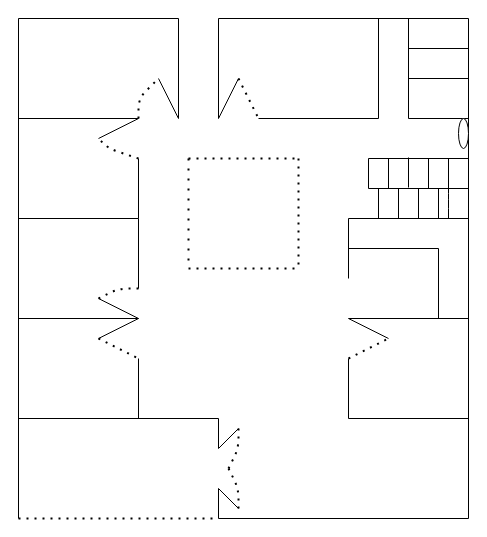
This is Untitled Diagram.drawio from suryaprakashv/WebApplication1, a draw.io file, before an edit. Source tidied: cells renumbered, new cells numbered last; positions are measured from the earlier drawing's top-left corner, leaving out a move shared by most shapes. Both pictures are drawn from the tidied source at 100%, with x=0, y=0 at pixel (18, 18).
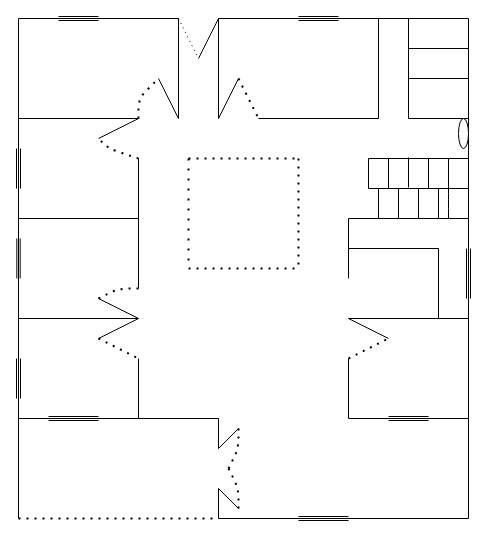
After the change.

What changed in the source:
```diff
@@
+    <mxCell id="65" style="endArrow=none;html=1;dashed=1;dashPattern=1 4;" parent="1" edge="1">
+      <mxGeometry relative="1" as="geometry">
+        <mxPoint x="160" as="sourcePoint" />
+        <mxPoint x="180" y="40" as="targetPoint" />
+      </mxGeometry>
+    </mxCell>
+    <mxCell id="66" style="endArrow=none;html=1;" parent="1" edge="1">
+      <mxGeometry relative="1" as="geometry">
+        <mxPoint x="180" y="40" as="sourcePoint" />
+        <mxPoint x="200" as="targetPoint" />
+      </mxGeometry>
+    </mxCell>
+    <mxCell id="67" style="shape=link;html=1;" parent="1" edge="1">
+      <mxGeometry relative="1" as="geometry">
+        <mxPoint y="130" as="sourcePoint" />
+        <mxPoint y="170" as="targetPoint" />
+      </mxGeometry>
+    </mxCell>
+    <mxCell id="68" style="shape=link;html=1;width=-3.333333333333333;" parent="1" edge="1">
+      <mxGeometry relative="1" as="geometry">
+        <mxPoint y="220" as="sourcePoint" />
+        <mxPoint y="260" as="targetPoint" />
+      </mxGeometry>
+    </mxCell>
+    <mxCell id="69" style="shape=link;html=1;" parent="1" edge="1">
+      <mxGeometry relative="1" as="geometry">
+        <mxPoint y="340" as="sourcePoint" />
+        <mxPoint y="380" as="targetPoint" />
+      </mxGeometry>
+    </mxCell>
+    <mxCell id="70" style="shape=link;html=1;" parent="1" edge="1">
+      <mxGeometry relative="1" as="geometry">
+        <mxPoint x="80" as="sourcePoint" />
+        <mxPoint x="40" as="targetPoint" />
+      </mxGeometry>
+    </mxCell>
+    <mxCell id="71" style="shape=link;html=1;" parent="1" edge="1">
+      <mxGeometry relative="1" as="geometry">
+        <mxPoint x="320" as="sourcePoint" />
+        <mxPoint x="280" as="targetPoint" />
+      </mxGeometry>
+    </mxCell>
+    <mxCell id="72" style="shape=link;html=1;" parent="1" edge="1">
+      <mxGeometry relative="1" as="geometry">
+        <mxPoint x="450" y="280" as="sourcePoint" />
+        <mxPoint x="450" y="230" as="targetPoint" />
+      </mxGeometry>
+    </mxCell>
+    <mxCell id="73" style="shape=link;html=1;" parent="1" edge="1">
+      <mxGeometry relative="1" as="geometry">
+        <mxPoint x="370" y="400" as="sourcePoint" />
+        <mxPoint x="410" y="400" as="targetPoint" />
+      </mxGeometry>
+    </mxCell>
+    <mxCell id="74" style="shape=link;html=1;" parent="1" edge="1">
+      <mxGeometry relative="1" as="geometry">
+        <mxPoint x="30" y="400" as="sourcePoint" />
+        <mxPoint x="80" y="400" as="targetPoint" />
+      </mxGeometry>
+    </mxCell>
+    <mxCell id="75" style="shape=link;html=1;" parent="1" edge="1">
+      <mxGeometry relative="1" as="geometry">
+        <mxPoint x="330" y="500" as="sourcePoint" />
+        <mxPoint x="280" y="500" as="targetPoint" />
+      </mxGeometry>
+    </mxCell>
```
